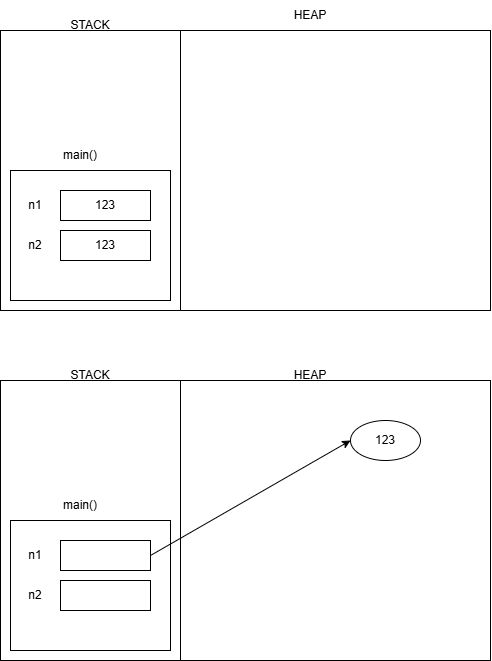
The draw.io diagram Day_01/workspace/concepts.dio.png in Abiads/20260824-bangalore-python, before a commit. Source tidied: cells renumbered, new cells last; positions are measured from the earlier drawing's top-left corner, leaving out a move shared by most shapes. Its diagram source:
```xml
<mxGraphModel>
  <root>
    <mxCell id="0" />
    <mxCell id="1" parent="0" />
    <mxCell id="2" style="rounded=0;whiteSpace=wrap;html=1;" parent="1" vertex="1">
      <mxGeometry y="30" width="180" height="280" as="geometry" />
    </mxCell>
    <mxCell id="3" style="rounded=0;whiteSpace=wrap;html=1;" parent="1" vertex="1">
      <mxGeometry x="180" y="30" width="310" height="280" as="geometry" />
    </mxCell>
    <mxCell id="4" value="HEAP" style="text;html=1;whiteSpace=wrap;strokeColor=none;fillColor=none;align=center;verticalAlign=middle;rounded=0;" parent="1" vertex="1">
      <mxGeometry x="280" width="60" height="30" as="geometry" />
    </mxCell>
    <mxCell id="5" value="STACK" style="text;html=1;whiteSpace=wrap;strokeColor=none;fillColor=none;align=center;verticalAlign=middle;rounded=0;" parent="1" vertex="1">
      <mxGeometry x="60" y="10" width="60" height="30" as="geometry" />
    </mxCell>
    <mxCell id="6" style="rounded=0;whiteSpace=wrap;html=1;" parent="1" vertex="1">
      <mxGeometry x="10" y="170" width="160" height="130" as="geometry" />
    </mxCell>
    <mxCell id="7" value="main()" style="text;html=1;whiteSpace=wrap;strokeColor=none;fillColor=none;align=center;verticalAlign=middle;rounded=0;" parent="1" vertex="1">
      <mxGeometry x="50" y="140" width="60" height="30" as="geometry" />
    </mxCell>
    <mxCell id="8" value="123" style="rounded=0;whiteSpace=wrap;html=1;" parent="1" vertex="1">
      <mxGeometry x="60" y="190" width="90" height="30" as="geometry" />
    </mxCell>
    <mxCell id="9" value="123" style="rounded=0;whiteSpace=wrap;html=1;" parent="1" vertex="1">
      <mxGeometry x="60" y="230" width="90" height="30" as="geometry" />
    </mxCell>
    <mxCell id="10" value="n1" style="text;html=1;whiteSpace=wrap;strokeColor=none;fillColor=none;align=center;verticalAlign=middle;rounded=0;" parent="1" vertex="1">
      <mxGeometry x="20" y="190" width="30" height="30" as="geometry" />
    </mxCell>
    <mxCell id="11" value="n2" style="text;html=1;whiteSpace=wrap;strokeColor=none;fillColor=none;align=center;verticalAlign=middle;rounded=0;" parent="1" vertex="1">
      <mxGeometry x="20" y="230" width="30" height="30" as="geometry" />
    </mxCell>
    <mxCell id="12" style="rounded=0;whiteSpace=wrap;html=1;" parent="1" vertex="1">
      <mxGeometry y="380" width="180" height="280" as="geometry" />
    </mxCell>
    <mxCell id="13" style="rounded=0;whiteSpace=wrap;html=1;" parent="1" vertex="1">
      <mxGeometry x="180" y="380" width="310" height="280" as="geometry" />
    </mxCell>
    <mxCell id="14" value="HEAP" style="text;html=1;whiteSpace=wrap;strokeColor=none;fillColor=none;align=center;verticalAlign=middle;rounded=0;" parent="1" vertex="1">
      <mxGeometry x="280" y="360" width="60" height="30" as="geometry" />
    </mxCell>
    <mxCell id="15" value="STACK" style="text;html=1;whiteSpace=wrap;strokeColor=none;fillColor=none;align=center;verticalAlign=middle;rounded=0;" parent="1" vertex="1">
      <mxGeometry x="60" y="360" width="60" height="30" as="geometry" />
    </mxCell>
    <mxCell id="16" style="rounded=0;whiteSpace=wrap;html=1;" parent="1" vertex="1">
      <mxGeometry x="10" y="520" width="160" height="130" as="geometry" />
    </mxCell>
    <mxCell id="17" value="main()" style="text;html=1;whiteSpace=wrap;strokeColor=none;fillColor=none;align=center;verticalAlign=middle;rounded=0;" parent="1" vertex="1">
      <mxGeometry x="50" y="490" width="60" height="30" as="geometry" />
    </mxCell>
    <mxCell id="18" style="edgeStyle=none;html=1;exitX=1;exitY=0.5;exitDx=0;exitDy=0;entryX=0;entryY=0.5;entryDx=0;entryDy=0;" parent="1" edge="1" source="19" target="23">
      <mxGeometry relative="1" as="geometry" />
    </mxCell>
    <mxCell id="19" style="rounded=0;whiteSpace=wrap;html=1;" parent="1" vertex="1">
      <mxGeometry x="60" y="540" width="90" height="30" as="geometry" />
    </mxCell>
    <mxCell id="20" style="rounded=0;whiteSpace=wrap;html=1;" parent="1" vertex="1">
      <mxGeometry x="60" y="580" width="90" height="30" as="geometry" />
    </mxCell>
    <mxCell id="21" value="n1" style="text;html=1;whiteSpace=wrap;strokeColor=none;fillColor=none;align=center;verticalAlign=middle;rounded=0;" parent="1" vertex="1">
      <mxGeometry x="20" y="540" width="30" height="30" as="geometry" />
    </mxCell>
    <mxCell id="22" value="n2" style="text;html=1;whiteSpace=wrap;strokeColor=none;fillColor=none;align=center;verticalAlign=middle;rounded=0;" parent="1" vertex="1">
      <mxGeometry x="20" y="580" width="30" height="30" as="geometry" />
    </mxCell>
    <mxCell id="23" value="123" style="ellipse;whiteSpace=wrap;html=1;" parent="1" vertex="1">
      <mxGeometry x="350" y="420" width="70" height="40" as="geometry" />
    </mxCell>
  </root>
</mxGraphModel>
```
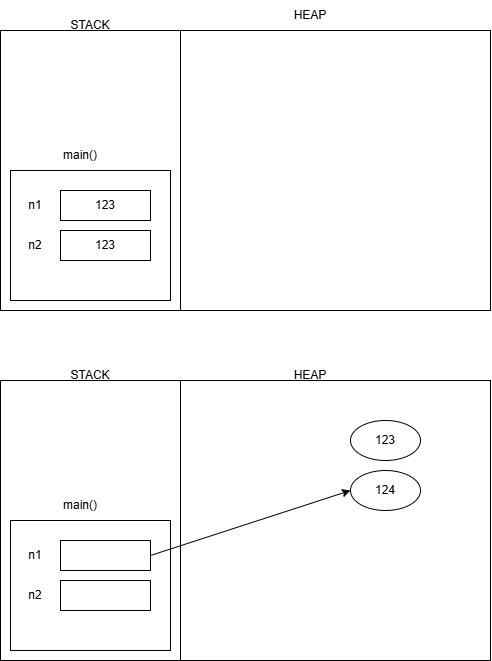
The same file after the commit.

The edit, as a diff of the source:
```diff
@@ -50,7 +50,7 @@
     <mxCell id="17" value="main()" style="text;html=1;whiteSpace=wrap;strokeColor=none;fillColor=none;align=center;verticalAlign=middle;rounded=0;" parent="1" vertex="1">
       <mxGeometry x="50" y="490" width="60" height="30" as="geometry" />
     </mxCell>
-    <mxCell id="18" style="edgeStyle=none;html=1;exitX=1;exitY=0.5;exitDx=0;exitDy=0;entryX=0;entryY=0.5;entryDx=0;entryDy=0;" parent="1" edge="1" source="19" target="23">
+    <mxCell id="18" style="edgeStyle=none;html=1;exitX=1;exitY=0.5;exitDx=0;exitDy=0;entryX=0;entryY=0.5;entryDx=0;entryDy=0;" parent="1" edge="1" source="19" target="24">
       <mxGeometry relative="1" as="geometry" />
     </mxCell>
     <mxCell id="19" style="rounded=0;whiteSpace=wrap;html=1;" parent="1" vertex="1">
@@ -68,5 +68,8 @@
     <mxCell id="23" value="123" style="ellipse;whiteSpace=wrap;html=1;" parent="1" vertex="1">
       <mxGeometry x="350" y="420" width="70" height="40" as="geometry" />
     </mxCell>
+    <mxCell id="24" value="124" style="ellipse;whiteSpace=wrap;html=1;" parent="1" vertex="1">
+      <mxGeometry x="350" y="470" width="70" height="40" as="geometry" />
+    </mxCell>
   </root>
 </mxGraphModel>
```
